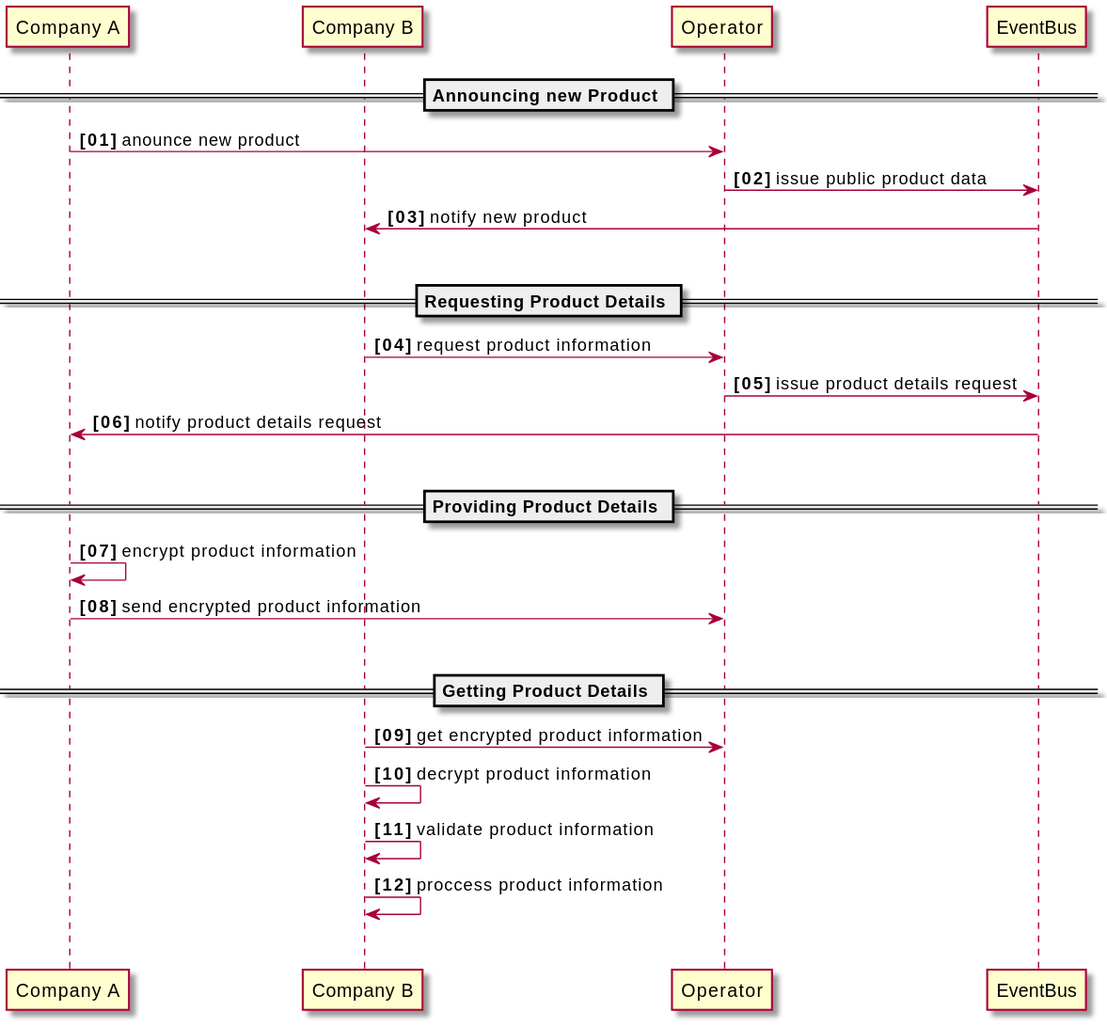
Before: docs/plantuml/out/flow-high-level.svg, a diagram exported from PlantUML (chainstep/dibichain-demo). Its diagram source:
```plantuml
@startuml
autonumber "<b>[00]"

participant "Company A" as COMPA
participant "Company B" as COMPB
participant "Operator" as OP
participant "EventBus" as BC


== Announcing new Product ==

COMPA -> OP: anounce new product
OP -> BC: issue public product data
BC -> COMPB: notify new product
|||

== Requesting Product Details ==

COMPB -> OP: request product information
OP -> BC: issue product details request
BC -> COMPA: notify product details request
|||

== Providing Product Details ==

COMPA -> COMPA: encrypt product information
COMPA -> OP: send encrypted product information
|||

== Getting Product Details ==

COMPB -> OP: get encrypted product information
COMPB -> COMPB: decrypt product information
COMPB -> COMPB: validate product information
COMPB -> COMPB: proccess product information
|||

@enduml
```
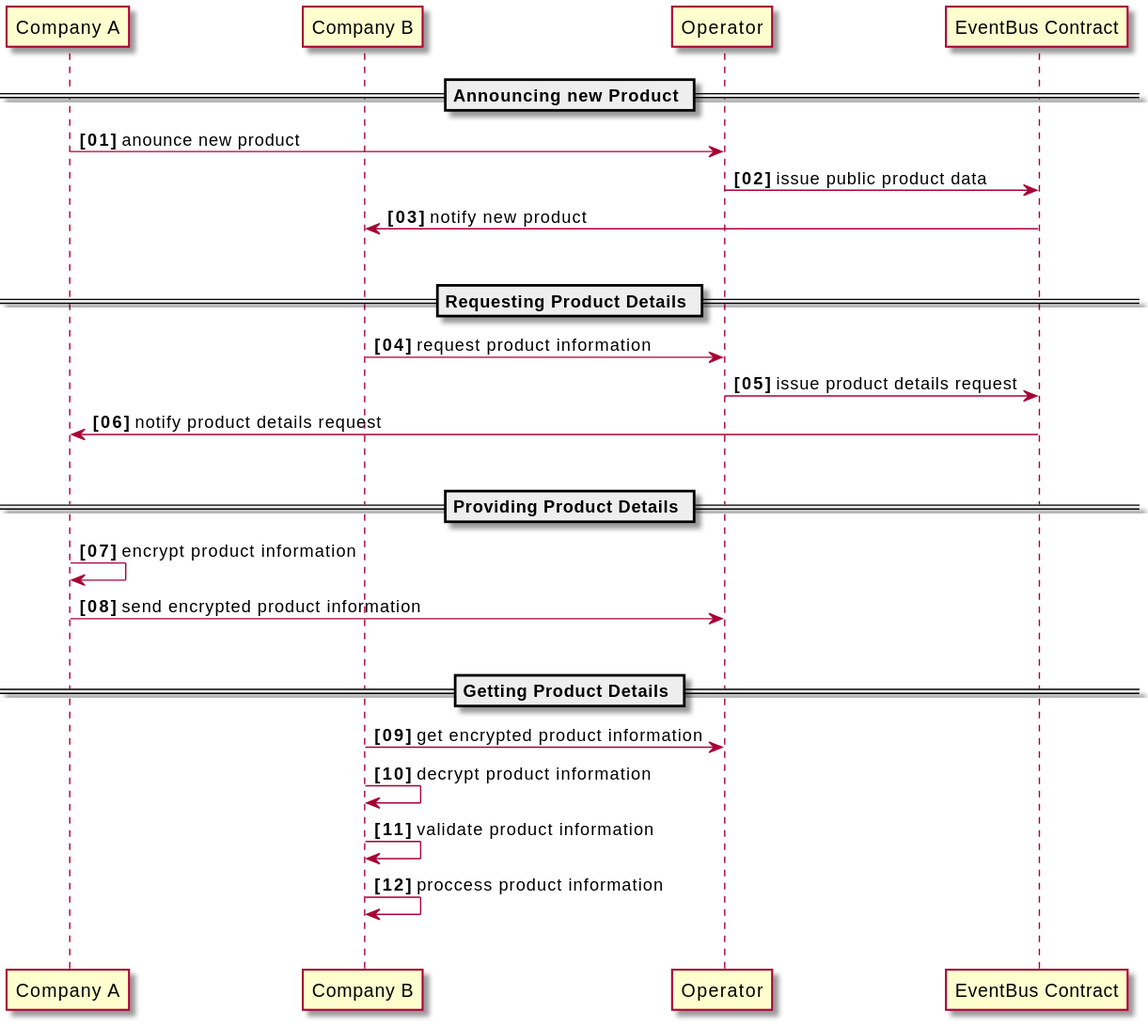
The same diagram one commit later.

Diff of the diagram source:
```diff
@@ -4,7 +4,7 @@
 participant "Company A" as COMPA
 participant "Company B" as COMPB
 participant "Operator" as OP
-participant "EventBus" as BC
+participant "EventBus Contract" as BC
 
 
 == Announcing new Product ==
```
